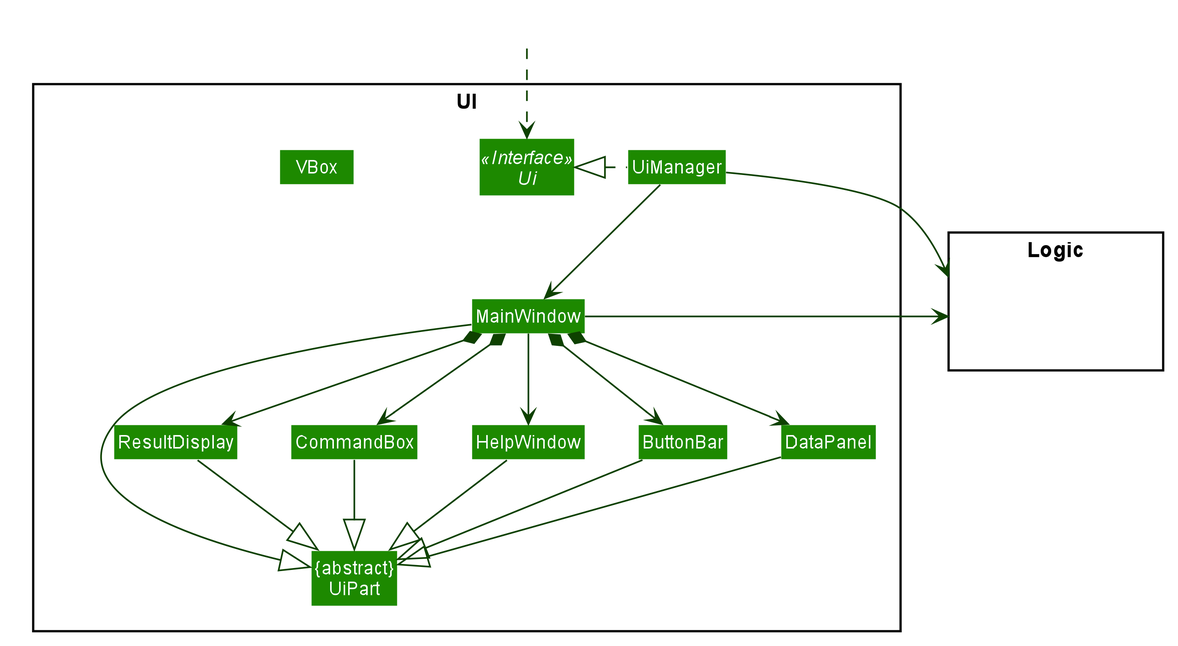
This is docs/images/ui/UiClassDiagram.png from successs404/tp, a PlantUML export, as it was before one commit.
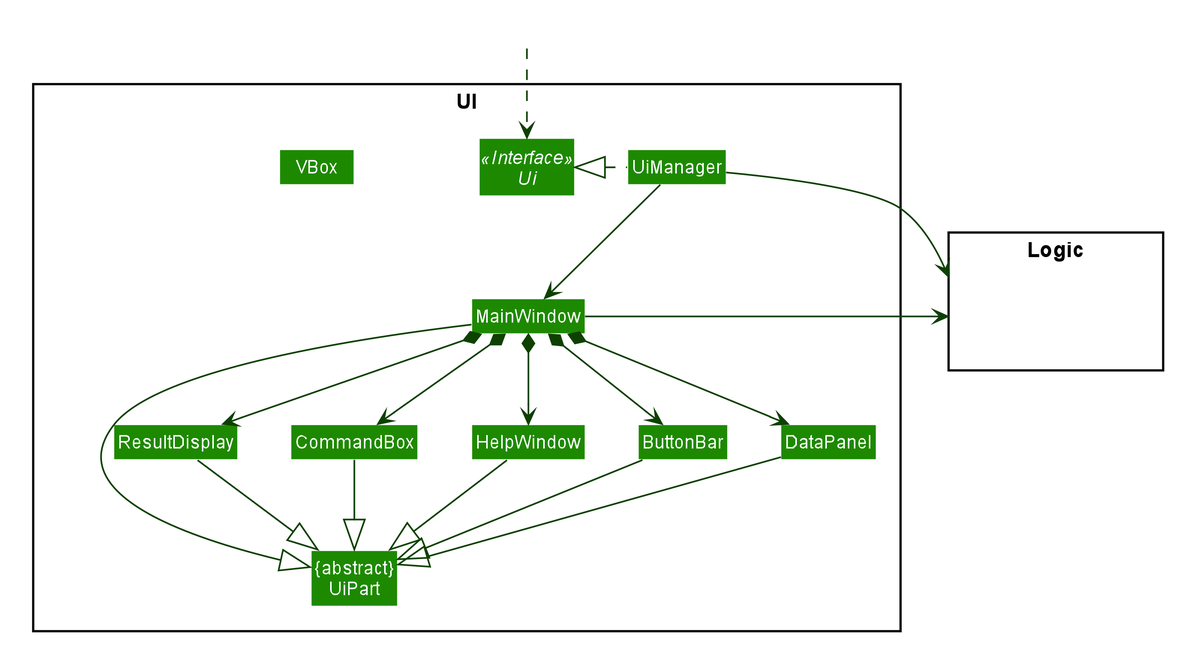
Later version of the same file.

Commit message:
Fix error in UML diagram

Diff of the diagram source:
```diff
@@ -73,7 +73,7 @@
 
 UiManager .left.|> Ui
 UiManager -down-> MainWindow
-MainWindow --> HelpWindow
+MainWindow *-down-> HelpWindow
 MainWindow *-down-> CommandBox
 MainWindow *-down-> ResultDisplay
 MainWindow *-down-> ButtonBar
```
